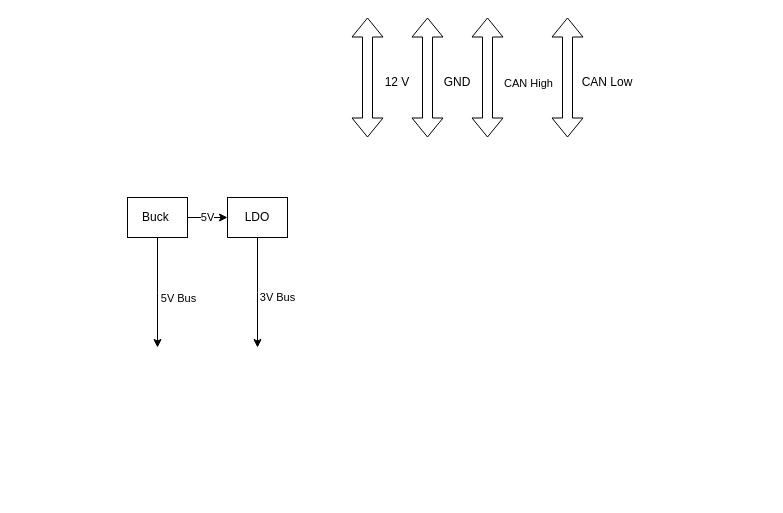
The draw.io diagram hardware/steering-wheel-pcb/Untitled Diagram.drawio in Jdrisle/Electronic-Paddle-shifting, before the edit. Source tidied: cells renumbered, new cells numbered last; positions are measured from the earlier drawing's top-left corner, leaving out a move shared by most shapes. Both pictures are drawn from the tidied source at 100%, with x=0, y=0 at pixel (127, 17).
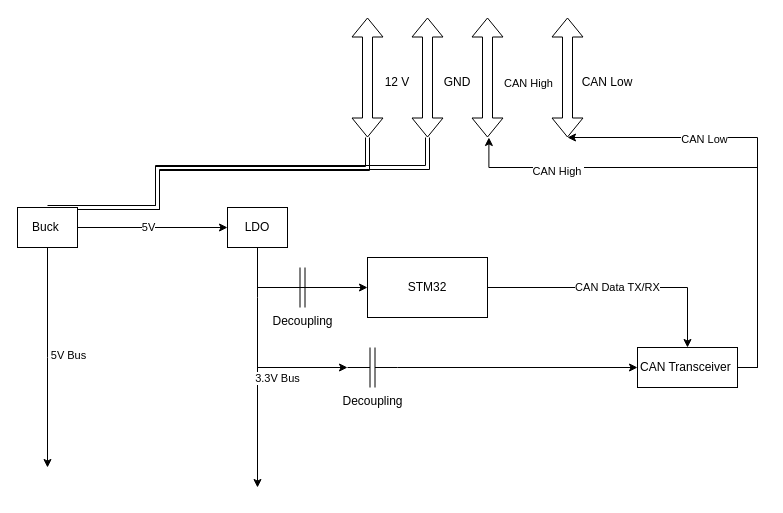
After the change.

What changed in the source:
```diff
@@
-    <mxCell id="2" style="shape=flexArrow;endArrow=classic;startArrow=classic;html=1;rounded=0;" parent="1" edge="1">
-      <mxGeometry relative="1" as="geometry">
-        <mxPoint x="240" y="120" as="sourcePoint" />
-        <mxPoint x="240" as="targetPoint" />
-      </mxGeometry>
-    </mxCell>
@@
+    <mxCell id="2" style="shape=flexArrow;endArrow=classic;startArrow=classic;html=1;rounded=0;" parent="1" edge="1">
+      <mxGeometry relative="1" as="geometry">
+        <mxPoint x="240" y="120" as="sourcePoint" />
+        <mxPoint x="240" as="targetPoint" />
+      </mxGeometry>
+    </mxCell>
@@
     <mxCell id="10" style="edgeStyle=orthogonalEdgeStyle;rounded=0;jettySize=auto;html=1;" parent="1" edge="1" source="13">
       <mxGeometry relative="1" as="geometry">
-        <mxPoint x="30" y="330" as="targetPoint" />
+        <mxPoint x="-80" y="450" as="targetPoint" />
       </mxGeometry>
     </mxCell>
@@
+    <mxCell id="16" style="edgeStyle=orthogonalEdgeStyle;rounded=0;jettySize=auto;html=1;exitX=0.5;exitY=0;exitDx=0;exitDy=0;shape=link;" parent="1" edge="1" source="13">
+      <mxGeometry relative="1" as="geometry">
+        <mxPoint x="240" y="120" as="targetPoint" />
+        <Array as="points">
+          <mxPoint x="30" y="151" />
+          <mxPoint x="240" y="151" />
+        </Array>
+      </mxGeometry>
+    </mxCell>
     <mxCell id="12" value="5V" style="edgeStyle=orthogonalEdgeStyle;rounded=0;jettySize=auto;html=1;exitX=1;exitY=0.5;exitDx=0;exitDy=0;entryX=0;entryY=0.5;entryDx=0;entryDy=0;" parent="1" edge="1" source="13" target="15">
-      <mxGeometry relative="1" as="geometry" />
+      <mxGeometry x="-0.06" relative="1" as="geometry">
+        <Array as="points">
+          <mxPoint x="100" y="210" />
+        </Array>
+      </mxGeometry>
     </mxCell>
+    <mxCell id="17" style="edgeStyle=orthogonalEdgeStyle;rounded=0;jettySize=auto;html=1;shape=link;" parent="1" edge="1" source="13">
+      <mxGeometry relative="1" as="geometry">
+        <mxPoint x="300" y="120" as="targetPoint" />
+        <Array as="points">
+          <mxPoint x="30" y="190" />
+          <mxPoint x="30" y="150" />
+          <mxPoint x="300" y="150" />
+        </Array>
+      </mxGeometry>
+    </mxCell>
     <mxCell id="13" value="Buck&amp;nbsp;" style="rounded=0;whiteSpace=wrap;html=1;" parent="1" vertex="1">
-      <mxGeometry y="180" width="60" height="40" as="geometry" />
+      <mxGeometry x="-110" y="190" width="60" height="40" as="geometry" />
     </mxCell>
-    <mxCell id="14" value="3V Bus" style="edgeStyle=orthogonalEdgeStyle;rounded=0;jettySize=auto;html=1;" parent="1" edge="1" source="15">
+    <mxCell id="14" value="3.3V Bus" style="edgeStyle=orthogonalEdgeStyle;rounded=0;jettySize=auto;html=1;" parent="1" edge="1" source="15">
       <mxGeometry x="0.09" y="20" relative="1" as="geometry">
-        <mxPoint x="130" y="330" as="targetPoint" />
+        <mxPoint x="130" y="470" as="targetPoint" />
+        <Array as="points">
+          <mxPoint x="130" y="280" />
+          <mxPoint x="130" y="280" />
+        </Array>
       </mxGeometry>
     </mxCell>
     <mxCell id="15" value="LDO" style="rounded=0;whiteSpace=wrap;html=1;" parent="1" vertex="1">
-      <mxGeometry x="100" y="180" width="60" height="40" as="geometry" />
+      <mxGeometry x="100" y="190" width="60" height="40" as="geometry" />
     </mxCell>
+    <mxCell id="18" value="CAN Data TX/RX" style="edgeStyle=orthogonalEdgeStyle;rounded=0;jettySize=auto;html=1;exitX=1;exitY=0.5;exitDx=0;exitDy=0;entryX=0.5;entryY=0;entryDx=0;entryDy=0;" parent="1" edge="1" source="19" target="25">
+      <mxGeometry relative="1" as="geometry" />
+    </mxCell>
+    <mxCell id="19" value="STM32" style="rounded=0;whiteSpace=wrap;html=1;" parent="1" vertex="1">
+      <mxGeometry x="240" y="240" width="120" height="60" as="geometry" />
+    </mxCell>
+    <mxCell id="20" style="endArrow=classic;html=1;rounded=0;entryX=0;entryY=0.5;entryDx=0;entryDy=0;" parent="1" edge="1" target="19">
+      <mxGeometry relative="1" as="geometry">
+        <mxPoint x="130" y="270" as="sourcePoint" />
+      </mxGeometry>
+    </mxCell>
+    <mxCell id="21" style="edgeStyle=orthogonalEdgeStyle;rounded=0;jettySize=auto;html=1;" parent="1" edge="1" source="25">
+      <mxGeometry relative="1" as="geometry">
+        <mxPoint x="361.4" y="120" as="targetPoint" />
+        <Array as="points">
+          <mxPoint x="630" y="350" />
+          <mxPoint x="630" y="150" />
+          <mxPoint x="361" y="150" />
+        </Array>
+      </mxGeometry>
+    </mxCell>
+    <mxCell id="22" value="CAN High&amp;nbsp;" style="edgeLabel;html=1;align=center;verticalAlign=middle;" parent="21" vertex="1">
+      <mxGeometry x="0.62" y="3" relative="1" as="geometry" />
+    </mxCell>
+    <mxCell id="23" style="edgeStyle=orthogonalEdgeStyle;rounded=0;jettySize=auto;html=1;" parent="1" edge="1" source="25">
+      <mxGeometry relative="1" as="geometry">
+        <mxPoint x="440" y="120" as="targetPoint" />
+        <Array as="points">
+          <mxPoint x="630" y="350" />
+          <mxPoint x="630" y="120" />
+        </Array>
+      </mxGeometry>
+    </mxCell>
+    <mxCell id="24" value="CAN Low" style="edgeLabel;html=1;align=center;verticalAlign=middle;" parent="23" vertex="1">
+      <mxGeometry x="0.38" y="1" relative="1" as="geometry" />
+    </mxCell>
+    <mxCell id="25" value="CAN Transceiver&amp;nbsp;" style="rounded=0;whiteSpace=wrap;html=1;" parent="1" vertex="1">
+      <mxGeometry x="510" y="330" width="100" height="40" as="geometry" />
+    </mxCell>
+    <mxCell id="26" style="endArrow=classic;html=1;rounded=0;entryX=0;entryY=0.5;entryDx=0;entryDy=0;" parent="1" edge="1" source="29" target="25">
+      <mxGeometry relative="1" as="geometry" />
+    </mxCell>
+    <mxCell id="27" value="Decoupling" style="verticalLabelPosition=bottom;shadow=0;dashed=0;align=center;html=1;verticalAlign=top;shape=mxgraph.electrical.capacitors.capacitor_1;" parent="1" vertex="1">
+      <mxGeometry x="150" y="250" width="50" height="40" as="geometry" />
+    </mxCell>
+    <mxCell id="28" style="endArrow=classic;html=1;rounded=0;entryX=0;entryY=0.5;entryDx=0;entryDy=0;" parent="1" edge="1" target="29">
+      <mxGeometry relative="1" as="geometry">
+        <mxPoint x="130" y="350" as="sourcePoint" />
+      </mxGeometry>
+    </mxCell>
+    <mxCell id="29" value="Decoupling" style="verticalLabelPosition=bottom;shadow=0;dashed=0;align=center;html=1;verticalAlign=top;shape=mxgraph.electrical.capacitors.capacitor_1;" parent="1" vertex="1">
+      <mxGeometry x="220" y="330" width="50" height="40" as="geometry" />
+    </mxCell>
```
